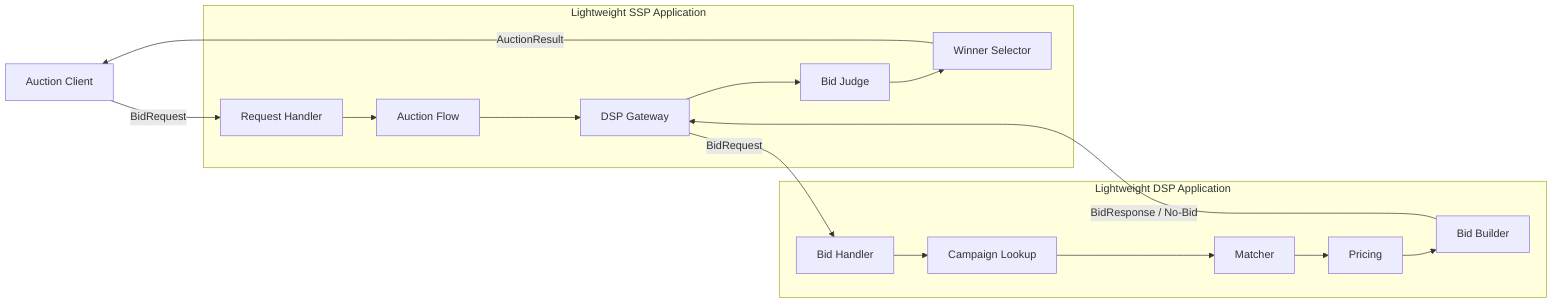
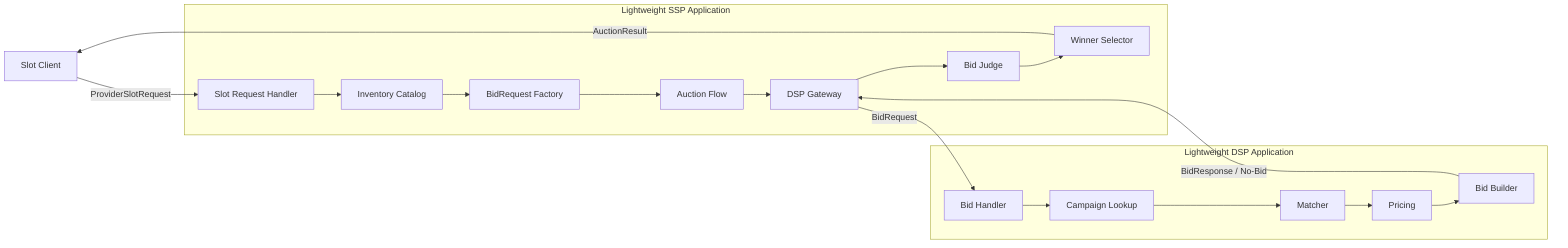
flowchart LR
-     client["Auction Client"]
+     client["Slot Client"]

    subgraph ssp["Lightweight SSP Application"]
-         sspRequest["Request Handler"]
+         slotRequest["Slot Request Handler"]
+         inventory["Inventory Catalog"]
+         bidRequest["BidRequest Factory"]
        auctionFlow["Auction Flow"]
        dspGateway["DSP Gateway"]
        bidJudge["Bid Judge"]
        winner["Winner Selector"]
    end

    subgraph dsp["Lightweight DSP Application"]
        bidHandler["Bid Handler"]
        campaignLookup["Campaign Lookup"]
        matcher["Matcher"]
        pricing["Pricing"]
        bidBuilder["Bid Builder"]
    end

-     client -->|"BidRequest"| sspRequest
-     sspRequest --> auctionFlow
+     client -->|"ProviderSlotRequest"| slotRequest
+     slotRequest --> inventory
+     inventory --> bidRequest
+     bidRequest --> auctionFlow
    auctionFlow --> dspGateway
    dspGateway -->|"BidRequest"| bidHandler

    bidHandler --> campaignLookup
    campaignLookup --> matcher
    matcher --> pricing
    pricing --> bidBuilder

    bidBuilder -->|"BidResponse / No-Bid"| dspGateway
    dspGateway --> bidJudge
    bidJudge --> winner
    winner -->|"AuctionResult"| client
